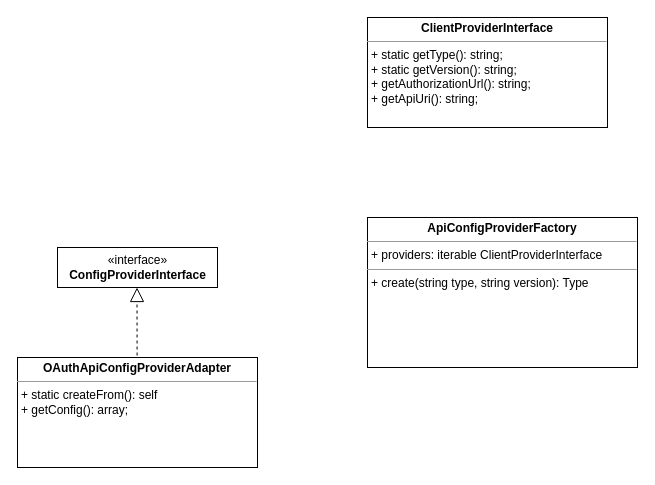
Before: page "client_provider" (3 of 4) of oauth.drawio in andrzej-pakula/oauth-api-connector-bundle, a draw.io diagram. Source tidied: cells renumbered, new cells numbered last; positions are measured from the earlier drawing's top-left corner, leaving out a move shared by most shapes. Both pictures are drawn from the tidied source at 100%, with x=0, y=0 at pixel (17, 17).
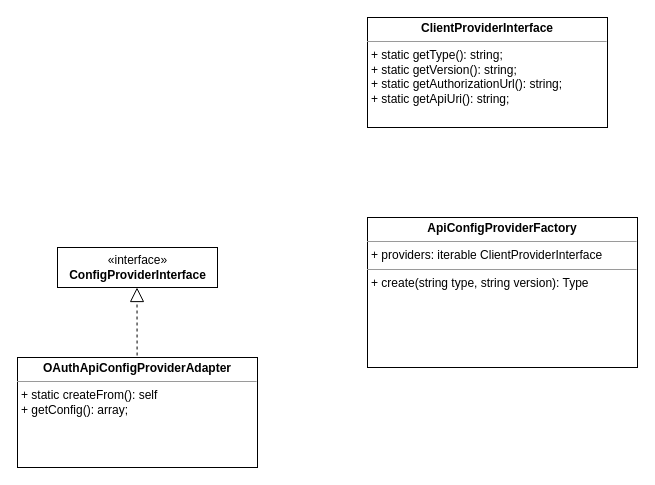
The same diagram, later.

Diff of the diagram source:
```diff
@@
 <mxGraphModel>
   <root>
     <mxCell id="0" />
     <mxCell id="1" parent="0" />
-    <mxCell id="2" value="&lt;p style=&quot;margin: 0px ; margin-top: 4px ; text-align: center&quot;&gt;&lt;b&gt;ClientProviderInterface&lt;/b&gt;&lt;/p&gt;&lt;hr size=&quot;1&quot;&gt;&lt;p style=&quot;margin: 0px ; margin-left: 4px&quot;&gt;&lt;span&gt;+ static getType(): string;&lt;/span&gt;&lt;br&gt;&lt;/p&gt;&lt;p style=&quot;margin: 0px ; margin-left: 4px&quot;&gt;+ static getVersion(): string;&lt;/p&gt;&lt;p style=&quot;margin: 0px ; margin-left: 4px&quot;&gt;&lt;span&gt;+ getAuthorizationUrl(): string;&lt;/span&gt;&lt;/p&gt;&lt;p style=&quot;margin: 0px ; margin-left: 4px&quot;&gt;&lt;span&gt;+ getApiUri(): string;&lt;/span&gt;&lt;/p&gt;" style="verticalAlign=top;align=left;overflow=fill;fontSize=12;fontFamily=Helvetica;html=1;" parent="1" vertex="1">
+    <mxCell id="2" value="&lt;p style=&quot;margin: 0px ; margin-top: 4px ; text-align: center&quot;&gt;&lt;b&gt;ClientProviderInterface&lt;/b&gt;&lt;/p&gt;&lt;hr size=&quot;1&quot;&gt;&lt;p style=&quot;margin: 0px ; margin-left: 4px&quot;&gt;&lt;span&gt;+ static getType(): string;&lt;/span&gt;&lt;br&gt;&lt;/p&gt;&lt;p style=&quot;margin: 0px ; margin-left: 4px&quot;&gt;+ static getVersion(): string;&lt;/p&gt;&lt;p style=&quot;margin: 0px ; margin-left: 4px&quot;&gt;&lt;span&gt;+ static getAuthorizationUrl(): string;&lt;/span&gt;&lt;/p&gt;&lt;p style=&quot;margin: 0px ; margin-left: 4px&quot;&gt;&lt;span&gt;+ static getApiUri(): string;&lt;/span&gt;&lt;/p&gt;" style="verticalAlign=top;align=left;overflow=fill;fontSize=12;fontFamily=Helvetica;html=1;" parent="1" vertex="1">
       <mxGeometry x="350" width="240" height="110" as="geometry" />
     </mxCell>
     <mxCell id="3" value="&lt;p style=&quot;margin: 0px ; margin-top: 4px ; text-align: center&quot;&gt;&lt;b&gt;ApiConfigProviderFactory&lt;/b&gt;&lt;/p&gt;&lt;hr size=&quot;1&quot;&gt;&lt;p style=&quot;margin: 0px ; margin-left: 4px&quot;&gt;+ providers: iterable ClientProviderInterface&lt;/p&gt;&lt;hr size=&quot;1&quot;&gt;&lt;p style=&quot;margin: 0px ; margin-left: 4px&quot;&gt;+ create(string type, string version): Type&lt;/p&gt;" style="verticalAlign=top;align=left;overflow=fill;fontSize=12;fontFamily=Helvetica;html=1;" parent="1" vertex="1">
       <mxGeometry x="350" y="200" width="270" height="150" as="geometry" />
     </mxCell>
     <mxCell id="4" value="&lt;p style=&quot;margin: 0px ; margin-top: 4px ; text-align: center&quot;&gt;&lt;b&gt;OAuthApiConfigProviderAdapter&lt;/b&gt;&lt;/p&gt;&lt;hr size=&quot;1&quot;&gt;&lt;p style=&quot;margin: 0px ; margin-left: 4px&quot;&gt;&lt;/p&gt;&lt;p style=&quot;margin: 0px ; margin-left: 4px&quot;&gt;+ static createFrom(): self&lt;/p&gt;&lt;p style=&quot;margin: 0px ; margin-left: 4px&quot;&gt;+ getConfig(): array;&lt;/p&gt;" style="verticalAlign=top;align=left;overflow=fill;fontSize=12;fontFamily=Helvetica;html=1;" parent="1" vertex="1">
       <mxGeometry y="340" width="240" height="110" as="geometry" />
     </mxCell>
     <mxCell id="5" style="endArrow=block;dashed=1;endFill=0;endSize=12;html=1;exitX=0.341;exitY=-0.022;exitDx=0;exitDy=0;exitPerimeter=0;" parent="1" edge="1">
       <mxGeometry relative="1" as="geometry">
         <mxPoint x="119.6" y="338" as="sourcePoint" />
         <mxPoint x="119.5" y="270" as="targetPoint" />
       </mxGeometry>
     </mxCell>
     <mxCell id="6" value="«interface»&lt;br&gt;&lt;b&gt;ConfigProviderInterface&lt;/b&gt;" style="html=1;" parent="1" vertex="1">
       <mxGeometry x="40" y="230" width="160" height="40" as="geometry" />
     </mxCell>
   </root>
 </mxGraphModel>
```
